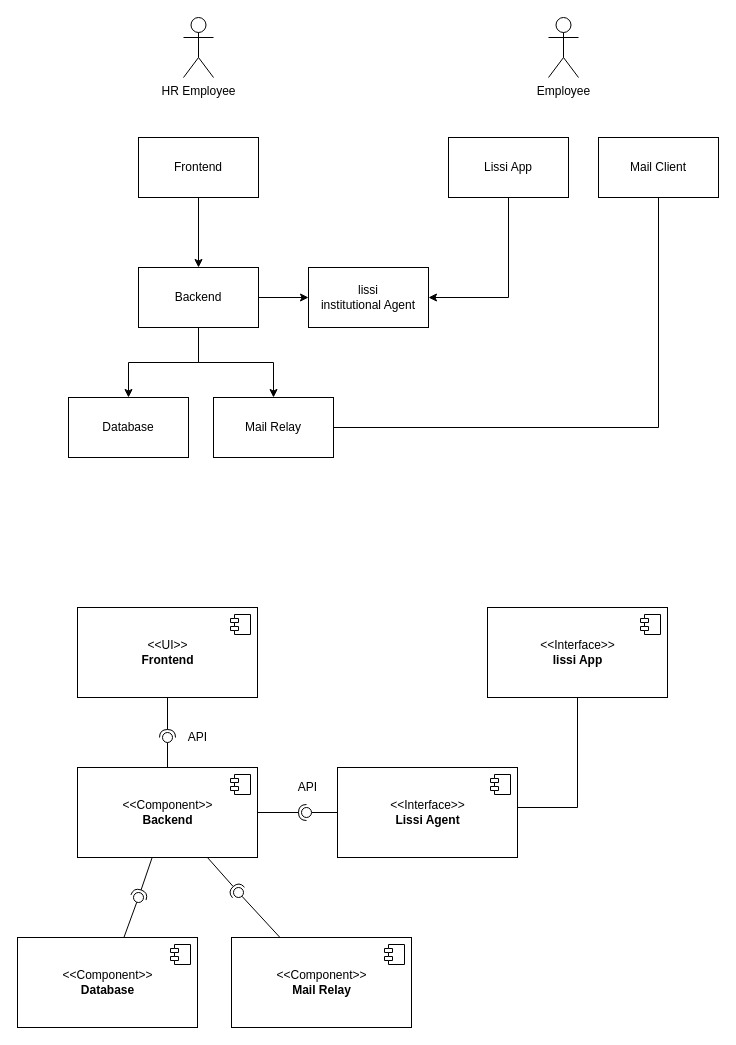
Above: Documentation/classdiagram/RuntimeComponents.drawio in amosproj/amos2022ss04-digital-identity (draw.io), before the change. Source tidied: cells renumbered, new cells numbered last; positions are measured from the earlier drawing's top-left corner, leaving out a move shared by most shapes. Both pictures are drawn from the tidied source at 100%, with x=0, y=0 at pixel (17, 17).
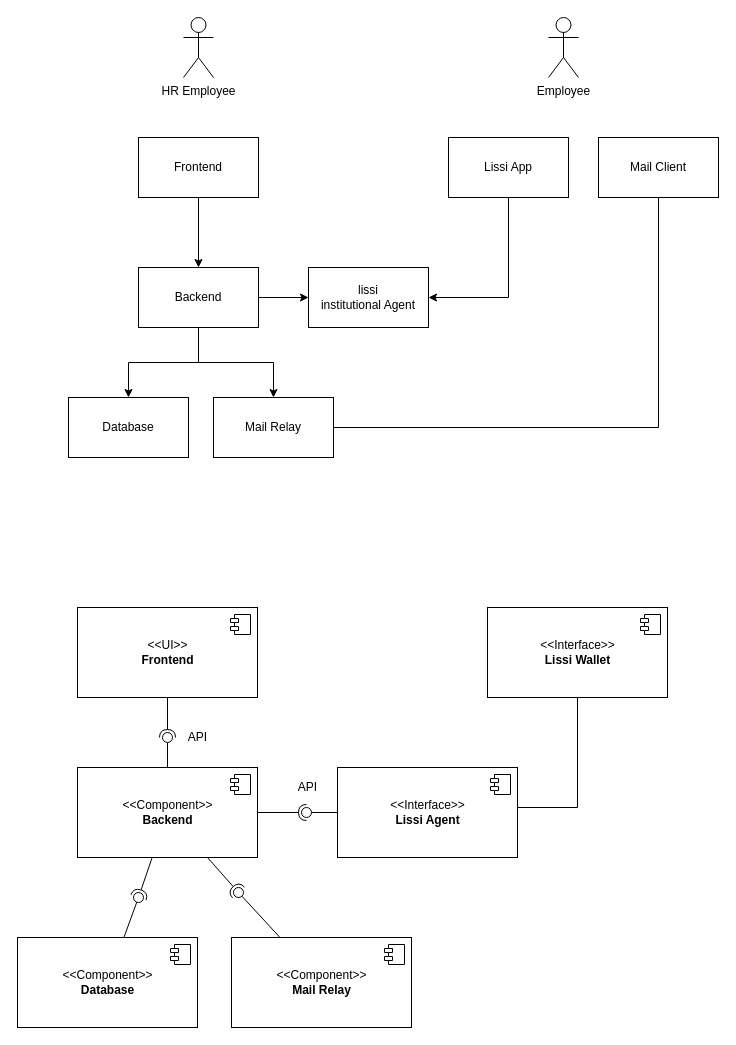
The same diagram, later.

Commit message (it also covers changes not shown here):
Update software architecture document

What changed in the source:
```diff
@@
-    <mxCell id="30" value="&amp;lt;&amp;lt;Interface&amp;gt;&amp;gt;&lt;br&gt;&lt;b&gt;lissi App&lt;/b&gt;" style="html=1;" parent="1" vertex="1">
+    <mxCell id="30" value="&amp;lt;&amp;lt;Interface&amp;gt;&amp;gt;&lt;br&gt;&lt;b&gt;Lissi Wallet&lt;/b&gt;" style="html=1;" parent="1" vertex="1">
       <mxGeometry x="470" y="590" width="180" height="90" as="geometry" />
     </mxCell>
```
